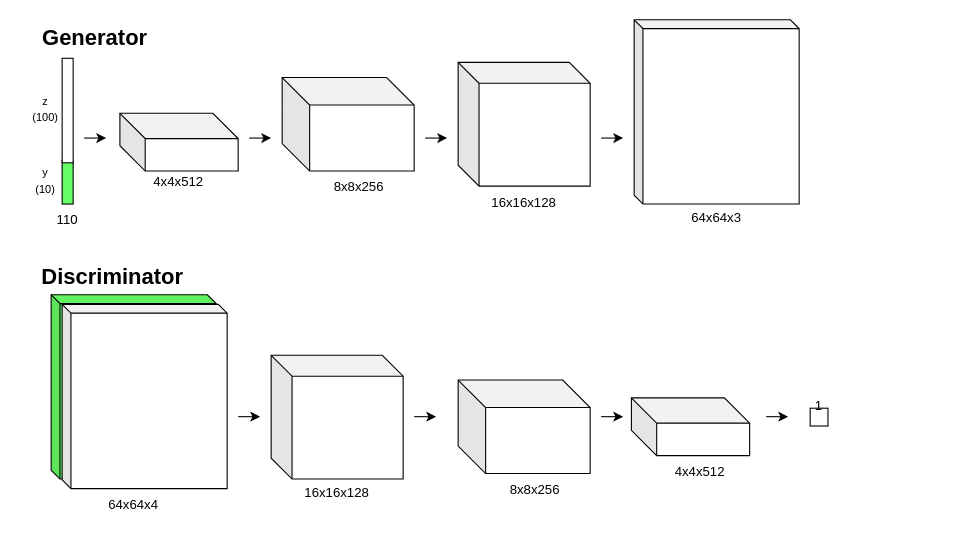
Earlier version of the draw.io diagram SINesthesia_architecture.drawio (lbellman/SIN-esthesia). Source tidied: cells renumbered, new cells numbered last; positions are measured from the earlier drawing's top-left corner, leaving out a move shared by most shapes. Both pictures are drawn from the tidied source at 110%, with x=0, y=0 at pixel (15, 19).
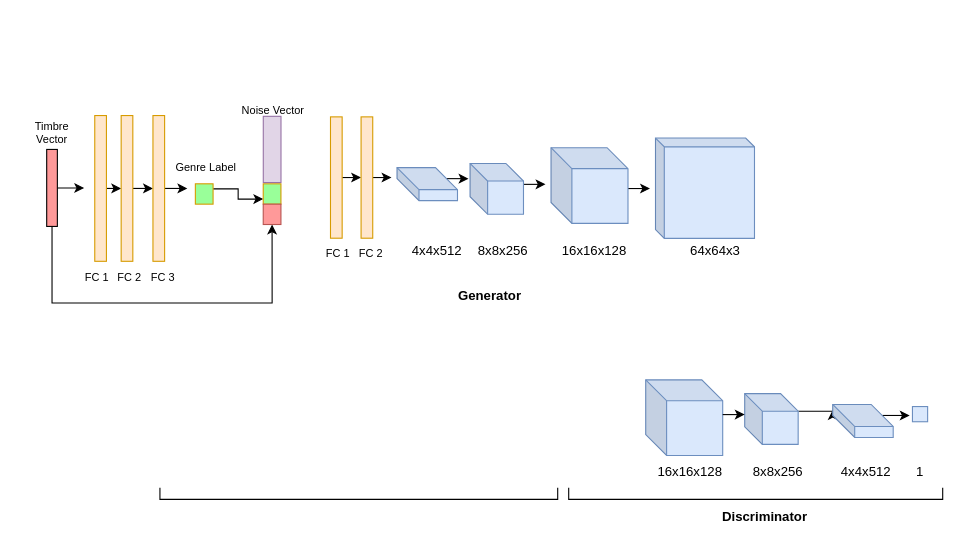
Above is the later version.

What changed in the source:
```diff
@@
-    <mxCell id="2" style="rounded=0;whiteSpace=wrap;html=1;fillColor=#66FF66;rotation=90;" parent="1" vertex="1">
-      <mxGeometry x="27" y="143" width="40" height="10" as="geometry" />
-    </mxCell>
-    <mxCell id="3" style="rounded=0;whiteSpace=wrap;html=1;fillColor=#FFFFFF;rotation=90;" parent="1" vertex="1">
-      <mxGeometry x="-0.5" y="78" width="95" height="10" as="geometry" />
-    </mxCell>
-    <mxCell id="4" value="&lt;font style=&quot;font-size: 10px&quot;&gt;z (100)&lt;/font&gt;" style="text;html=1;strokeColor=none;fillColor=none;align=center;verticalAlign=middle;whiteSpace=wrap;rounded=0;" parent="1" vertex="1">
-      <mxGeometry x="17" y="75.5" width="20" height="10" as="geometry" />
-    </mxCell>
-    <mxCell id="5" value="&lt;font style=&quot;font-size: 10px&quot;&gt;y (10)&lt;/font&gt;" style="text;html=1;strokeColor=none;fillColor=none;align=center;verticalAlign=middle;whiteSpace=wrap;rounded=0;" parent="1" vertex="1">
-      <mxGeometry x="17" y="133" width="20" height="25" as="geometry" />
-    </mxCell>
-    <mxCell id="6" value="110&lt;br&gt;" style="text;html=1;strokeColor=none;fillColor=none;align=center;verticalAlign=middle;whiteSpace=wrap;rounded=0;" parent="1" vertex="1">
-      <mxGeometry x="17" y="168" width="60" height="30" as="geometry" />
-    </mxCell>
-    <mxCell id="7" style="endArrow=classic;html=1;rounded=0;fontSize=10;" parent="1" edge="1">
-      <mxGeometry relative="1" as="geometry">
-        <mxPoint x="62" y="108" as="sourcePoint" />
-        <mxPoint x="82" y="108" as="targetPoint" />
-      </mxGeometry>
-    </mxCell>
+    <mxCell id="36" style="edgeStyle=orthogonalEdgeStyle;rounded=0;jettySize=auto;html=1;exitX=0;exitY=0;exitDx=45;exitDy=10;exitPerimeter=0;fontSize=10;" parent="1" edge="1" source="8">
+      <mxGeometry relative="1" as="geometry">
+        <mxPoint x="411.4" y="144.7" as="targetPoint" />
+      </mxGeometry>
+    </mxCell>
-    <mxCell id="8" style="shape=cube;whiteSpace=wrap;html=1;boundedLbl=1;backgroundOutline=1;darkOpacity=0.05;darkOpacity2=0.1;fontSize=10;fillColor=#FFFFFF;size=23;" parent="1" vertex="1">
-      <mxGeometry x="94.5" y="85.5" width="107.5" height="52.5" as="geometry" />
+    <mxCell id="8" style="shape=cube;whiteSpace=wrap;html=1;boundedLbl=1;backgroundOutline=1;darkOpacity=0.05;darkOpacity2=0.1;fontSize=10;fillColor=#dae8fc;size=20;strokeColor=#6c8ebf;" parent="1" vertex="1">
+      <mxGeometry x="346.4" y="134.9" width="55" height="30" as="geometry" />
     </mxCell>
     <mxCell id="9" value="&lt;font style=&quot;font-size: 12px&quot;&gt;4x4x512&lt;/font&gt;" style="text;html=1;strokeColor=none;fillColor=none;align=center;verticalAlign=middle;whiteSpace=wrap;rounded=0;fontSize=10;" parent="1" vertex="1">
-      <mxGeometry x="118.2" y="133" width="60" height="30" as="geometry" />
+      <mxGeometry x="352.8" y="195.5" width="60" height="30" as="geometry" />
     </mxCell>
-    <mxCell id="10" style="endArrow=classic;html=1;rounded=0;fontSize=10;" parent="1" edge="1">
-      <mxGeometry relative="1" as="geometry">
-        <mxPoint x="212" y="108" as="sourcePoint" />
-        <mxPoint x="232" y="108" as="targetPoint" />
-      </mxGeometry>
-    </mxCell>
+    <mxCell id="37" style="edgeStyle=orthogonalEdgeStyle;rounded=0;jettySize=auto;html=1;exitX=0;exitY=0;exitDx=48.599999999999994;exitDy=19;exitPerimeter=0;fontSize=10;" parent="1" edge="1" source="11">
+      <mxGeometry relative="1" as="geometry">
+        <mxPoint x="481.4" y="149.8" as="targetPoint" />
+      </mxGeometry>
+    </mxCell>
-    <mxCell id="11" style="shape=cube;whiteSpace=wrap;html=1;boundedLbl=1;backgroundOutline=1;darkOpacity=0.05;darkOpacity2=0.1;fontSize=10;fillColor=#FFFFFF;size=25;" parent="1" vertex="1">
-      <mxGeometry x="242" y="53" width="120" height="85" as="geometry" />
+    <mxCell id="11" style="shape=cube;whiteSpace=wrap;html=1;boundedLbl=1;backgroundOutline=1;darkOpacity=0.05;darkOpacity2=0.1;fontSize=10;fillColor=#dae8fc;size=16;strokeColor=#6c8ebf;" parent="1" vertex="1">
+      <mxGeometry x="412.8" y="131.1" width="48.6" height="46.2" as="geometry" />
     </mxCell>
     <mxCell id="12" value="&lt;font style=&quot;font-size: 12px&quot;&gt;8x8x256&lt;/font&gt;" style="text;html=1;strokeColor=none;fillColor=none;align=center;verticalAlign=middle;whiteSpace=wrap;rounded=0;fontSize=10;" parent="1" vertex="1">
-      <mxGeometry x="282" y="138" width="60" height="30" as="geometry" />
+      <mxGeometry x="412.8" y="195.5" width="60" height="30" as="geometry" />
     </mxCell>
     <mxCell id="13" style="endArrow=classic;html=1;rounded=0;fontSize=10;" parent="1" edge="1">
       <mxGeometry relative="1" as="geometry">
-        <mxPoint x="372" y="108" as="sourcePoint" />
-        <mxPoint x="392" y="108" as="targetPoint" />
+        <mxPoint x="556.4" y="153.9" as="sourcePoint" />
+        <mxPoint x="576.4" y="153.9" as="targetPoint" />
       </mxGeometry>
     </mxCell>
-    <mxCell id="14" style="shape=cube;whiteSpace=wrap;html=1;boundedLbl=1;backgroundOutline=1;darkOpacity=0.05;darkOpacity2=0.1;fontSize=10;fillColor=#FFFFFF;size=19;" parent="1" vertex="1">
-      <mxGeometry x="402" y="39.2" width="120" height="112.5" as="geometry" />
+    <mxCell id="14" style="shape=cube;whiteSpace=wrap;html=1;boundedLbl=1;backgroundOutline=1;darkOpacity=0.05;darkOpacity2=0.1;fontSize=10;fillColor=#dae8fc;size=19;strokeColor=#6c8ebf;" parent="1" vertex="1">
+      <mxGeometry x="486.4" y="116.8" width="70" height="68.8" as="geometry" />
     </mxCell>
     <mxCell id="15" value="&lt;font style=&quot;font-size: 12px&quot;&gt;16x16x128&lt;/font&gt;" style="text;html=1;strokeColor=none;fillColor=none;align=center;verticalAlign=middle;whiteSpace=wrap;rounded=0;fontSize=10;" parent="1" vertex="1">
-      <mxGeometry x="432" y="151.8" width="60" height="30" as="geometry" />
+      <mxGeometry x="496.4" y="195.5" width="60" height="30" as="geometry" />
     </mxCell>
-    <mxCell id="16" style="endArrow=classic;html=1;rounded=0;fontSize=10;" parent="1" edge="1">
-      <mxGeometry relative="1" as="geometry">
-        <mxPoint x="532" y="108" as="sourcePoint" />
-        <mxPoint x="552" y="108" as="targetPoint" />
-      </mxGeometry>
-    </mxCell>
-    <mxCell id="17" style="shape=cube;whiteSpace=wrap;html=1;boundedLbl=1;backgroundOutline=1;darkOpacity=0.05;darkOpacity2=0.1;fontSize=10;fillColor=#FFFFFF;size=8;" parent="1" vertex="1">
-      <mxGeometry x="562" y="0.5" width="150" height="167.5" as="geometry" />
+    <mxCell id="17" style="shape=cube;whiteSpace=wrap;html=1;boundedLbl=1;backgroundOutline=1;darkOpacity=0.05;darkOpacity2=0.1;fontSize=10;fillColor=#dae8fc;size=8;strokeColor=#6c8ebf;" parent="1" vertex="1">
+      <mxGeometry x="581.4" y="108" width="90" height="91.2" as="geometry" />
     </mxCell>
     <mxCell id="18" value="&lt;font style=&quot;font-size: 12px&quot;&gt;64x64x3&lt;/font&gt;" style="text;html=1;strokeColor=none;fillColor=none;align=center;verticalAlign=middle;whiteSpace=wrap;rounded=0;fontSize=10;" parent="1" vertex="1">
-      <mxGeometry x="607" y="165.5" width="60" height="30" as="geometry" />
+      <mxGeometry x="606.4" y="195.5" width="60" height="30" as="geometry" />
     </mxCell>
-    <mxCell id="19" style="shape=cube;whiteSpace=wrap;html=1;boundedLbl=1;backgroundOutline=1;darkOpacity=0.05;darkOpacity2=0.1;fontSize=10;fillColor=#66FF66;size=8;" parent="1" vertex="1">
-      <mxGeometry x="32" y="250.5" width="150" height="167.5" as="geometry" />
-    </mxCell>
-    <mxCell id="20" style="shape=cube;whiteSpace=wrap;html=1;boundedLbl=1;backgroundOutline=1;darkOpacity=0.05;darkOpacity2=0.1;fontSize=10;fillColor=#FFFFFF;size=8;" parent="1" vertex="1">
-      <mxGeometry x="42" y="259.2" width="150" height="167.5" as="geometry" />
-    </mxCell>
-    <mxCell id="21" value="64x64x4" style="text;html=1;strokeColor=none;fillColor=none;align=center;verticalAlign=middle;whiteSpace=wrap;rounded=0;fontSize=12;" parent="1" vertex="1">
-      <mxGeometry x="77" y="426.8" width="60" height="30" as="geometry" />
-    </mxCell>
-    <mxCell id="22" style="shape=cube;whiteSpace=wrap;html=1;boundedLbl=1;backgroundOutline=1;darkOpacity=0.05;darkOpacity2=0.1;fontSize=10;fillColor=#FFFFFF;size=19;" parent="1" vertex="1">
-      <mxGeometry x="232" y="305.5" width="120" height="112.5" as="geometry" />
-    </mxCell>
-    <mxCell id="23" style="endArrow=classic;html=1;rounded=0;fontSize=10;" parent="1" edge="1">
-      <mxGeometry relative="1" as="geometry">
-        <mxPoint x="202" y="361.3" as="sourcePoint" />
-        <mxPoint x="222" y="361.3" as="targetPoint" />
-      </mxGeometry>
-    </mxCell>
-    <mxCell id="24" style="shape=cube;whiteSpace=wrap;html=1;boundedLbl=1;backgroundOutline=1;darkOpacity=0.05;darkOpacity2=0.1;fontSize=10;fillColor=#FFFFFF;size=25;" parent="1" vertex="1">
-      <mxGeometry x="402" y="328" width="120" height="85" as="geometry" />
-    </mxCell>
-    <mxCell id="25" style="endArrow=classic;html=1;rounded=0;fontSize=10;" parent="1" edge="1">
-      <mxGeometry relative="1" as="geometry">
-        <mxPoint x="362" y="361.3" as="sourcePoint" />
-        <mxPoint x="382" y="361.3" as="targetPoint" />
-      </mxGeometry>
-    </mxCell>
-    <mxCell id="26" style="shape=cube;whiteSpace=wrap;html=1;boundedLbl=1;backgroundOutline=1;darkOpacity=0.05;darkOpacity2=0.1;fontSize=10;fillColor=#FFFFFF;size=23;" parent="1" vertex="1">
-      <mxGeometry x="559.5" y="344.2" width="107.5" height="52.5" as="geometry" />
-    </mxCell>
-    <mxCell id="27" style="endArrow=classic;html=1;rounded=0;fontSize=10;" parent="1" edge="1">
-      <mxGeometry relative="1" as="geometry">
-        <mxPoint x="532" y="361.3" as="sourcePoint" />
-        <mxPoint x="552" y="361.3" as="targetPoint" />
-      </mxGeometry>
-    </mxCell>
-    <mxCell id="28" style="endArrow=classic;html=1;rounded=0;fontSize=10;" parent="1" edge="1">
-      <mxGeometry relative="1" as="geometry">
-        <mxPoint x="682" y="361.3" as="sourcePoint" />
-        <mxPoint x="702" y="361.3" as="targetPoint" />
-      </mxGeometry>
-    </mxCell>
-    <mxCell id="29" style="whiteSpace=wrap;html=1;fontSize=12;fillColor=#FFFFFF;" parent="1" vertex="1">
-      <mxGeometry x="722" y="353.6" width="16.2" height="16.2" as="geometry" />
-    </mxCell>
+    <mxCell id="38" style="edgeStyle=orthogonalEdgeStyle;rounded=0;jettySize=auto;html=1;exitX=0.5;exitY=0;exitDx=0;exitDy=0;entryX=0.5;entryY=1;entryDx=0;entryDy=0;fontSize=10;" parent="1" edge="1" source="39" target="42">
+      <mxGeometry relative="1" as="geometry" />
+    </mxCell>
+    <mxCell id="39" style="rounded=0;whiteSpace=wrap;html=1;fillColor=#ffe6cc;rotation=90;strokeColor=#d79b00;" parent="1" vertex="1">
+      <mxGeometry x="236.1" y="138.6" width="110.3" height="10.6" as="geometry" />
+    </mxCell>
+    <mxCell id="40" value="&lt;font style=&quot;font-size: 10px&quot;&gt;FC 1&lt;/font&gt;" style="text;html=1;strokeColor=none;fillColor=none;align=center;verticalAlign=middle;whiteSpace=wrap;rounded=0;fontSize=10;" parent="1" vertex="1">
+      <mxGeometry x="263" y="198" width="60" height="30" as="geometry" />
+    </mxCell>
+    <mxCell id="41" style="edgeStyle=orthogonalEdgeStyle;rounded=0;jettySize=auto;html=1;exitX=0.5;exitY=0;exitDx=0;exitDy=0;fontSize=10;" parent="1" edge="1" source="42">
+      <mxGeometry relative="1" as="geometry">
+        <mxPoint x="341.4" y="144" as="targetPoint" />
+      </mxGeometry>
+    </mxCell>
+    <mxCell id="42" style="rounded=0;whiteSpace=wrap;html=1;fillColor=#ffe6cc;rotation=90;strokeColor=#d79b00;" parent="1" vertex="1">
+      <mxGeometry x="263.9" y="138.6" width="110.3" height="10.6" as="geometry" />
+    </mxCell>
+    <mxCell id="43" value="&lt;font style=&quot;font-size: 10px&quot;&gt;FC 2&lt;/font&gt;" style="text;html=1;strokeColor=none;fillColor=none;align=center;verticalAlign=middle;whiteSpace=wrap;rounded=0;fontSize=10;" parent="1" vertex="1">
+      <mxGeometry x="292.8" y="198" width="60" height="30" as="geometry" />
+    </mxCell>
+    <mxCell id="44" style="shape=cube;whiteSpace=wrap;html=1;boundedLbl=1;backgroundOutline=1;darkOpacity=0.05;darkOpacity2=0.1;fontSize=10;fillColor=#dae8fc;size=19;strokeColor=#6c8ebf;" parent="1" vertex="1">
+      <mxGeometry x="572.5" y="327.8" width="70" height="68.8" as="geometry" />
+    </mxCell>
     <mxCell id="30" value="&lt;font style=&quot;font-size: 12px&quot;&gt;16x16x128&lt;/font&gt;" style="text;html=1;strokeColor=none;fillColor=none;align=center;verticalAlign=middle;whiteSpace=wrap;rounded=0;fontSize=10;" parent="1" vertex="1">
-      <mxGeometry x="262" y="415.5" width="60" height="30" as="geometry" />
+      <mxGeometry x="582.5" y="396.5" width="60" height="30" as="geometry" />
     </mxCell>
+    <mxCell id="45" style="edgeStyle=orthogonalEdgeStyle;rounded=0;jettySize=auto;html=1;exitX=0;exitY=0;exitDx=48.6;exitDy=16;exitPerimeter=0;entryX=0;entryY=0;entryDx=0;entryDy=5;entryPerimeter=0;fontSize=10;" parent="1" edge="1" source="46" target="49">
+      <mxGeometry relative="1" as="geometry" />
+    </mxCell>
+    <mxCell id="46" style="shape=cube;whiteSpace=wrap;html=1;boundedLbl=1;backgroundOutline=1;darkOpacity=0.05;darkOpacity2=0.1;fontSize=10;fillColor=#dae8fc;size=16;strokeColor=#6c8ebf;" parent="1" vertex="1">
+      <mxGeometry x="662.5" y="340.3" width="48.6" height="46.2" as="geometry" />
+    </mxCell>
+    <mxCell id="47" style="endArrow=classic;html=1;rounded=0;fontSize=10;" parent="1" edge="1">
+      <mxGeometry relative="1" as="geometry">
+        <mxPoint x="642.5" y="359.4" as="sourcePoint" />
+        <mxPoint x="662.5" y="359.4" as="targetPoint" />
+      </mxGeometry>
+    </mxCell>
     <mxCell id="31" value="&lt;font style=&quot;font-size: 12px&quot;&gt;8x8x256&lt;/font&gt;" style="text;html=1;strokeColor=none;fillColor=none;align=center;verticalAlign=middle;whiteSpace=wrap;rounded=0;fontSize=10;" parent="1" vertex="1">
-      <mxGeometry x="442" y="413" width="60" height="30" as="geometry" />
+      <mxGeometry x="662.5" y="396.5" width="60" height="30" as="geometry" />
     </mxCell>
+    <mxCell id="48" style="edgeStyle=orthogonalEdgeStyle;rounded=0;jettySize=auto;html=1;exitX=0;exitY=0;exitDx=45;exitDy=10;exitPerimeter=0;fontSize=10;" parent="1" edge="1" source="49">
+      <mxGeometry relative="1" as="geometry">
+        <mxPoint x="812.5" y="360.6" as="targetPoint" />
+      </mxGeometry>
+    </mxCell>
+    <mxCell id="49" style="shape=cube;whiteSpace=wrap;html=1;boundedLbl=1;backgroundOutline=1;darkOpacity=0.05;darkOpacity2=0.1;fontSize=10;fillColor=#dae8fc;size=20;strokeColor=#6c8ebf;" parent="1" vertex="1">
+      <mxGeometry x="742.5" y="350.2" width="55" height="30" as="geometry" />
+    </mxCell>
+    <mxCell id="50" style="whiteSpace=wrap;html=1;fontSize=12;fillColor=#dae8fc;strokeColor=#6c8ebf;" parent="1" vertex="1">
+      <mxGeometry x="815" y="352.1" width="13.8" height="13.8" as="geometry" />
+    </mxCell>
     <mxCell id="32" value="&lt;font style=&quot;font-size: 12px&quot;&gt;4x4x512&lt;/font&gt;" style="text;html=1;strokeColor=none;fillColor=none;align=center;verticalAlign=middle;whiteSpace=wrap;rounded=0;fontSize=10;" parent="1" vertex="1">
-      <mxGeometry x="592" y="396.8" width="60" height="30" as="geometry" />
+      <mxGeometry x="742.5" y="396.5" width="60" height="30" as="geometry" />
     </mxCell>
     <mxCell id="33" value="&lt;font style=&quot;font-size: 12px&quot;&gt;1&lt;/font&gt;" style="text;html=1;strokeColor=none;fillColor=none;align=center;verticalAlign=middle;whiteSpace=wrap;rounded=0;fontSize=10;" parent="1" vertex="1">
-      <mxGeometry x="700.1" y="336.8" width="60" height="30" as="geometry" />
+      <mxGeometry x="791.9" y="396.5" width="60" height="30" as="geometry" />
     </mxCell>
-    <mxCell id="34" value="&lt;font size=&quot;1&quot;&gt;&lt;b style=&quot;font-size: 20px&quot;&gt;Generator&lt;/b&gt;&lt;/font&gt;" style="text;html=1;strokeColor=none;fillColor=none;align=center;verticalAlign=middle;whiteSpace=wrap;rounded=0;fontSize=12;" parent="1" vertex="1">
-      <mxGeometry x="42" y="0.5" width="60" height="30" as="geometry" />
+    <mxCell id="34" value="&lt;font style=&quot;font-size: 12px&quot;&gt;&lt;b&gt;Generator&lt;/b&gt;&lt;/font&gt;" style="text;html=1;strokeColor=none;fillColor=none;align=center;verticalAlign=middle;whiteSpace=wrap;rounded=0;fontSize=10;" parent="1" vertex="1">
+      <mxGeometry x="401.4" y="236.8" width="60" height="30" as="geometry" />
     </mxCell>
-    <mxCell id="35" value="&lt;font size=&quot;1&quot;&gt;&lt;b style=&quot;font-size: 20px&quot;&gt;Discriminator&lt;/b&gt;&lt;/font&gt;" style="text;html=1;strokeColor=none;fillColor=none;align=center;verticalAlign=middle;whiteSpace=wrap;rounded=0;fontSize=12;" parent="1" vertex="1">
-      <mxGeometry x="58.2" y="218" width="60" height="30" as="geometry" />
+    <mxCell id="35" value="&lt;font style=&quot;font-size: 12px&quot;&gt;&lt;b&gt;Discriminator&lt;/b&gt;&lt;/font&gt;" style="text;html=1;strokeColor=none;fillColor=none;align=center;verticalAlign=middle;whiteSpace=wrap;rounded=0;fontSize=10;" parent="1" vertex="1">
+      <mxGeometry x="651.1" y="437.8" width="60" height="30" as="geometry" />
     </mxCell>
+    <mxCell id="51" style="shape=partialRectangle;whiteSpace=wrap;html=1;bottom=1;right=1;left=1;top=0;fillColor=none;routingCenterX=-0.5;fontSize=10;" parent="1" vertex="1">
+      <mxGeometry x="130.9" y="426.5" width="361.6" height="10" as="geometry" />
+    </mxCell>
+    <mxCell id="52" style="shape=partialRectangle;whiteSpace=wrap;html=1;bottom=1;right=1;left=1;top=0;fillColor=none;routingCenterX=-0.5;fontSize=10;" parent="1" vertex="1">
+      <mxGeometry x="502.5" y="426.5" width="340" height="10" as="geometry" />
+    </mxCell>
+    <mxCell id="53" style="edgeStyle=orthogonalEdgeStyle;rounded=0;jettySize=auto;html=1;exitX=0.5;exitY=1;exitDx=0;exitDy=0;fontSize=10;" parent="1" edge="1" source="55">
+      <mxGeometry relative="1" as="geometry">
+        <mxPoint x="62" y="153" as="targetPoint" />
+      </mxGeometry>
+    </mxCell>
+    <mxCell id="54" style="edgeStyle=orthogonalEdgeStyle;rounded=0;jettySize=auto;html=1;exitX=0;exitY=0.5;exitDx=0;exitDy=0;entryX=1;entryY=0.5;entryDx=0;entryDy=0;fontSize=10;" parent="1" edge="1" source="55" target="71">
+      <mxGeometry relative="1" as="geometry">
+        <Array as="points">
+          <mxPoint x="33" y="258" />
+          <mxPoint x="233" y="258" />
+        </Array>
+      </mxGeometry>
+    </mxCell>
+    <mxCell id="55" style="rounded=0;whiteSpace=wrap;html=1;fontSize=10;fillColor=#FF9999;rotation=-90;" parent="1" vertex="1">
+      <mxGeometry x="-2.2" y="148.5" width="70" height="9.7" as="geometry" />
+    </mxCell>
+    <mxCell id="56" value="&lt;font style=&quot;font-size: 10px&quot;&gt;Timbre Vector&lt;/font&gt;" style="text;html=1;strokeColor=none;fillColor=none;align=center;verticalAlign=middle;whiteSpace=wrap;rounded=0;fontSize=10;" parent="1" vertex="1">
+      <mxGeometry x="2.8" y="88" width="60" height="30" as="geometry" />
+    </mxCell>
+    <mxCell id="57" style="edgeStyle=orthogonalEdgeStyle;rounded=0;jettySize=auto;html=1;exitX=0.5;exitY=0;exitDx=0;exitDy=0;entryX=0.5;entryY=1;entryDx=0;entryDy=0;fontSize=10;" parent="1" edge="1" source="58" target="60">
+      <mxGeometry relative="1" as="geometry" />
+    </mxCell>
+    <mxCell id="58" style="rounded=0;whiteSpace=wrap;html=1;fillColor=#ffe6cc;rotation=90;strokeColor=#d79b00;" parent="1" vertex="1">
+      <mxGeometry x="10.7" y="148.5" width="132.5" height="10.6" as="geometry" />
+    </mxCell>
+    <mxCell id="59" style="edgeStyle=orthogonalEdgeStyle;rounded=0;jettySize=auto;html=1;exitX=0.5;exitY=0;exitDx=0;exitDy=0;entryX=0.5;entryY=1;entryDx=0;entryDy=0;fontSize=10;" parent="1" edge="1" source="60" target="62">
+      <mxGeometry relative="1" as="geometry" />
+    </mxCell>
+    <mxCell id="60" style="rounded=0;whiteSpace=wrap;html=1;fillColor=#ffe6cc;rotation=90;strokeColor=#d79b00;" parent="1" vertex="1">
+      <mxGeometry x="34.7" y="148.5" width="132.5" height="10.6" as="geometry" />
+    </mxCell>
+    <mxCell id="61" style="edgeStyle=orthogonalEdgeStyle;rounded=0;jettySize=auto;html=1;exitX=0.5;exitY=0;exitDx=0;exitDy=0;fontSize=10;" parent="1" edge="1" source="62">
+      <mxGeometry relative="1" as="geometry">
+        <mxPoint x="155.8" y="154.1" as="targetPoint" />
+      </mxGeometry>
+    </mxCell>
+    <mxCell id="62" style="rounded=0;whiteSpace=wrap;html=1;fillColor=#ffe6cc;rotation=90;strokeColor=#d79b00;" parent="1" vertex="1">
+      <mxGeometry x="63.6" y="148.5" width="132.5" height="10.6" as="geometry" />
+    </mxCell>
+    <mxCell id="63" value="&lt;font style=&quot;font-size: 10px&quot;&gt;FC 1&lt;/font&gt;" style="text;html=1;strokeColor=none;fillColor=none;align=center;verticalAlign=middle;whiteSpace=wrap;rounded=0;fontSize=10;" parent="1" vertex="1">
+      <mxGeometry x="43.5" y="218.5" width="60" height="30" as="geometry" />
+    </mxCell>
+    <mxCell id="64" value="&lt;font style=&quot;font-size: 10px&quot;&gt;FC 2&lt;/font&gt;" style="text;html=1;strokeColor=none;fillColor=none;align=center;verticalAlign=middle;whiteSpace=wrap;rounded=0;fontSize=10;" parent="1" vertex="1">
+      <mxGeometry x="75.8" y="218.5" width="55.2" height="30" as="geometry" />
+    </mxCell>
+    <mxCell id="65" value="&lt;font style=&quot;font-size: 10px&quot;&gt;FC 3&lt;/font&gt;" style="text;html=1;strokeColor=none;fillColor=none;align=center;verticalAlign=middle;whiteSpace=wrap;rounded=0;fontSize=10;" parent="1" vertex="1">
+      <mxGeometry x="103.5" y="218.5" width="60" height="30" as="geometry" />
+    </mxCell>
+    <mxCell id="66" style="edgeStyle=orthogonalEdgeStyle;rounded=0;jettySize=auto;html=1;exitX=0.25;exitY=0;exitDx=0;exitDy=0;entryX=0.75;entryY=1;entryDx=0;entryDy=0;fontSize=10;" parent="1" edge="1" source="67" target="69">
+      <mxGeometry relative="1" as="geometry" />
+    </mxCell>
+    <mxCell id="67" style="rounded=0;whiteSpace=wrap;html=1;fillColor=#99FF99;rotation=90;strokeColor=#d79b00;" parent="1" vertex="1">
+      <mxGeometry x="161.9" y="150.8" width="18.5" height="16.1" as="geometry" />
+    </mxCell>
+    <mxCell id="68" value="&lt;font style=&quot;font-size: 10px&quot;&gt;Genre Label&lt;/font&gt;" style="text;html=1;strokeColor=none;fillColor=none;align=center;verticalAlign=middle;whiteSpace=wrap;rounded=0;fontSize=10;" parent="1" vertex="1">
+      <mxGeometry x="143.2" y="119.2" width="60" height="30" as="geometry" />
+    </mxCell>
+    <mxCell id="69" style="rounded=0;whiteSpace=wrap;html=1;fillColor=#99FF99;rotation=90;strokeColor=#d79b00;" parent="1" vertex="1">
+      <mxGeometry x="223.6" y="150.8" width="18.5" height="16.1" as="geometry" />
+    </mxCell>
+    <mxCell id="70" style="rounded=0;whiteSpace=wrap;html=1;fillColor=#e1d5e7;rotation=90;strokeColor=#9673a6;" parent="1" vertex="1">
+      <mxGeometry x="202.8" y="110.3" width="60.2" height="16.1" as="geometry" />
+    </mxCell>
+    <mxCell id="71" style="rounded=0;whiteSpace=wrap;html=1;fillColor=#FF9999;rotation=90;strokeColor=#b85450;" parent="1" vertex="1">
+      <mxGeometry x="223.6" y="169.3" width="18.5" height="16.1" as="geometry" />
+    </mxCell>
+    <mxCell id="72" value="&lt;font style=&quot;font-size: 10px&quot;&gt;Noise Vector&lt;/font&gt;" style="text;html=1;strokeColor=none;fillColor=none;align=center;verticalAlign=middle;whiteSpace=wrap;rounded=0;fontSize=10;" parent="1" vertex="1">
+      <mxGeometry x="203.9" y="68" width="60" height="30" as="geometry" />
+    </mxCell>
```
